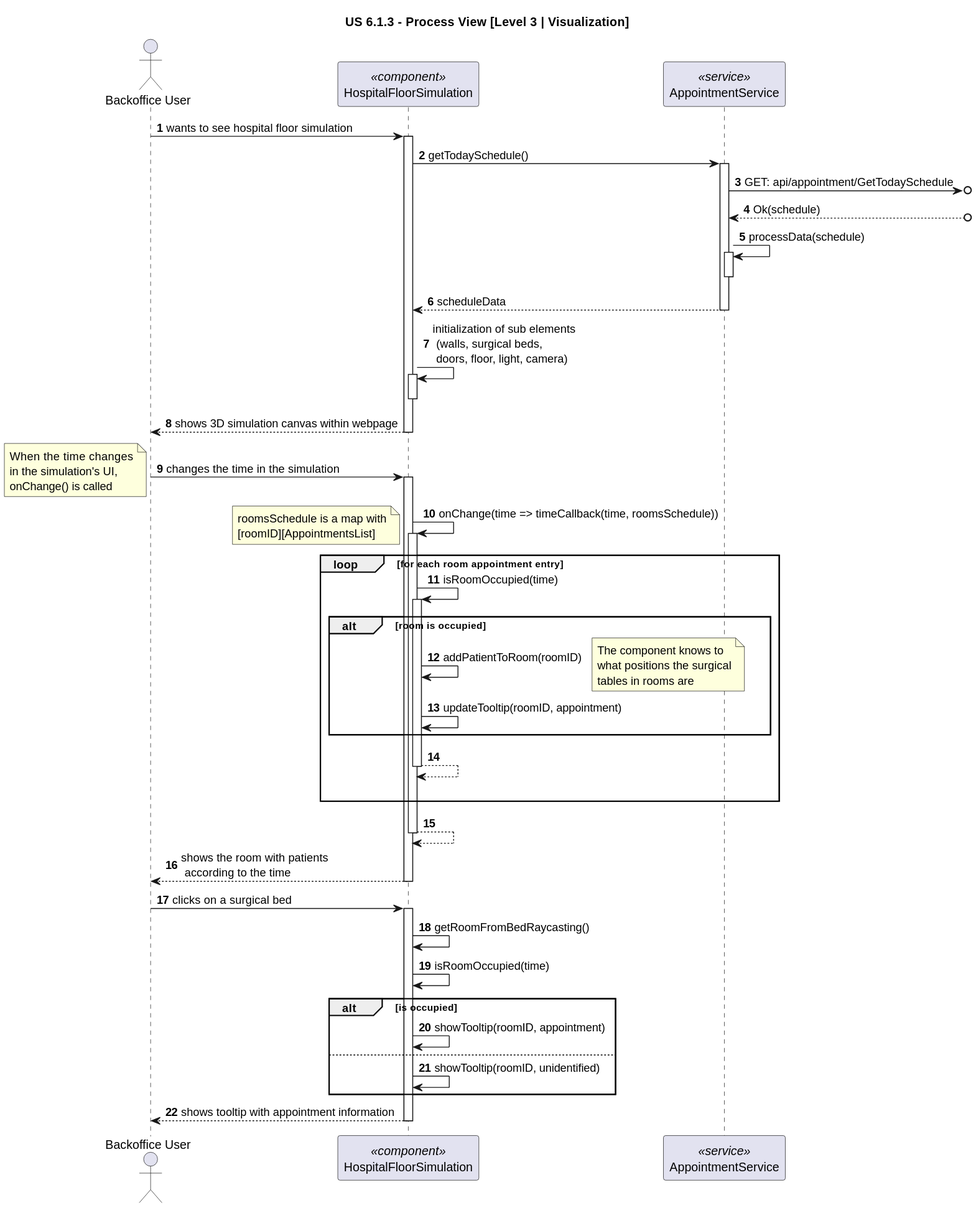
rita-barbosa/LAPR5-2425 keeps this PlantUML diagram as docs/sprint-2/1220683/us-6.1.3/Process_View/Level-3/us6.1.3-process-view-visualization-lvl3.svg. Above is the earlier version. The source it was exported from:
```plantuml
@startuml
title "US 6.1.3 - Process View [Level 3 | Visualization]"

autonumber
actor "Backoffice User" as USER
participant "HospitalFloorSimulation" as UPP <<component>>
participant "AppointmentService" as PS <<service>>

USER -> UPP : wants to see hospital floor simulation
activate UPP

UPP -> PS : getTodaySchedule()
activate PS

PS ->o] : GET: api/appointment/GetTodaySchedule

PS <--o] : Ok(schedule)

PS -> PS : processData(schedule)
activate PS
deactivate PS

PS --> UPP: scheduleData
deactivate PS

UPP -> UPP : initialization of sub elements\n (walls, surgical beds,\n doors, floor, light, camera)
activate UPP
deactivate UPP

UPP --> USER: shows 3D simulation canvas within webpage
deactivate UPP


USER -> UPP : changes the time in the simulation
note left
When  the time changes
in the simulation's UI,
onChange() is called
end note
activate UPP

UPP -> UPP : onChange(time => timeCallback(time, roomsSchedule))
activate UPP
note left
roomsSchedule is a map with
[roomID][AppointmentsList]
end note

loop for each room appointment entry
UPP -> UPP : isRoomOccupied(time)
activate UPP
alt room is occupied

UPP -> UPP : addPatientToRoom(roomID)
note right
The component knows to
what positions the surgical
tables in rooms are
end note

UPP -> UPP : updateTooltip(roomID, appointment)
end alt

UPP --> UPP
deactivate UPP
|||

end alt
UPP --> UPP :
deactivate UPP

UPP --> USER : shows the room with patients\n according to the time
deactivate UPP


USER -> UPP : clicks on a surgical bed
activate UPP

UPP -> UPP : getRoomFromBedRaycasting()

UPP -> UPP : isRoomOccupied(time)
alt is occupied

UPP -> UPP : showTooltip(roomID, appointment)
else

UPP -> UPP : showTooltip(roomID, unidentified)
end alt

UPP --> USER: shows tooltip with appointment information
deactivate UPP
@enduml
```
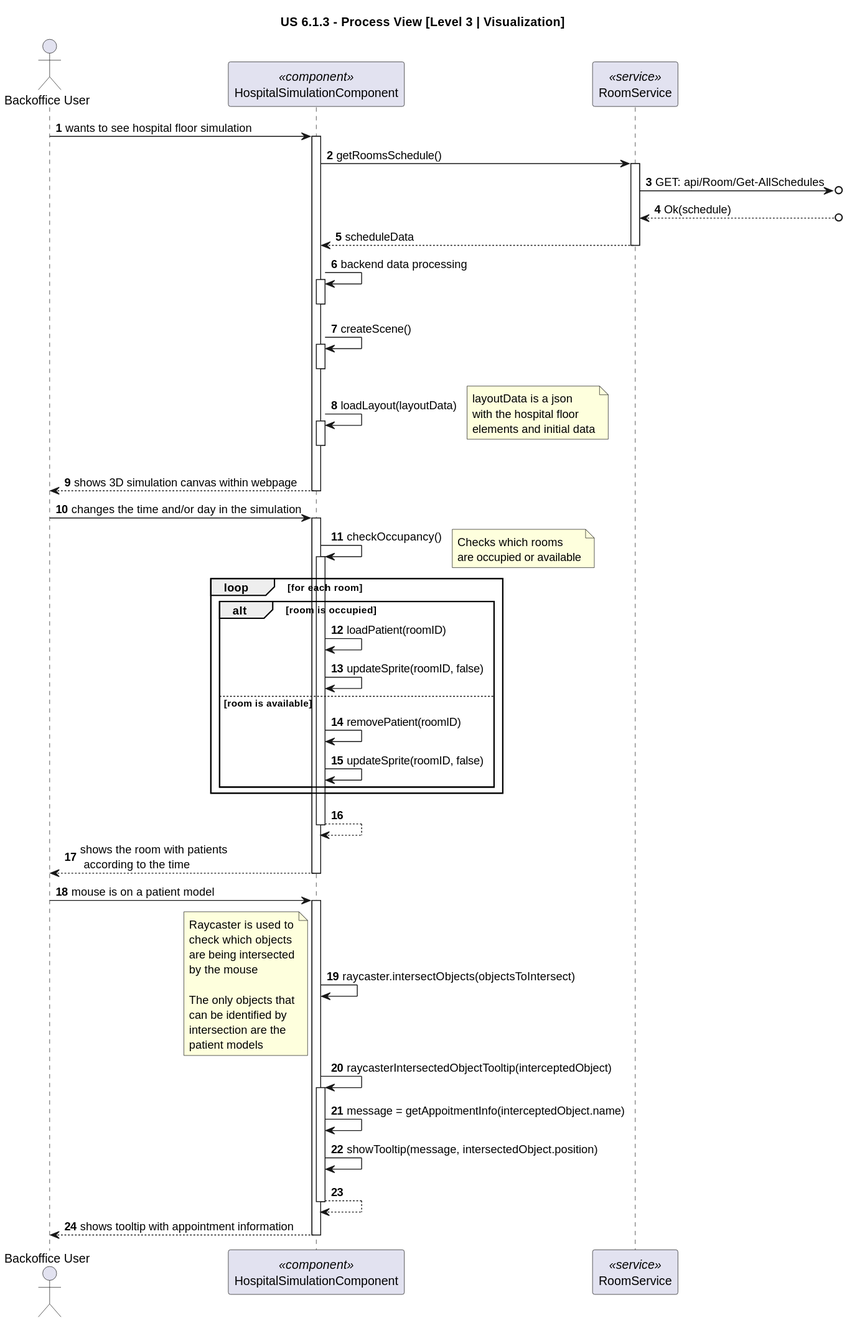
Later version of the same file.

Diff of the diagram source:
```diff
@@ -3,89 +3,100 @@
 
 autonumber
 actor "Backoffice User" as USER
-participant "HospitalFloorSimulation" as UPP <<component>>
-participant "AppointmentService" as PS <<service>>
+participant "HospitalSimulationComponent" as UPP <<component>>
+participant "RoomService" as PS <<service>>
 
 USER -> UPP : wants to see hospital floor simulation
 activate UPP
 
-UPP -> PS : getTodaySchedule()
+UPP -> PS : getRoomsSchedule()
 activate PS
 
-PS ->o] : GET: api/appointment/GetTodaySchedule
+PS ->o] : GET: api/Room/Get-AllSchedules
 
 PS <--o] : Ok(schedule)
-
-PS -> PS : processData(schedule)
-activate PS
-deactivate PS
 
 PS --> UPP: scheduleData
 deactivate PS
 
-UPP -> UPP : initialization of sub elements\n (walls, surgical beds,\n doors, floor, light, camera)
+UPP -> UPP : backend data processing
+activate UPP
+deactivate UPP
+
+UPP -> UPP : createScene()
+activate UPP
+deactivate UPP
+
+UPP -> UPP : loadLayout(layoutData)
+note right
+layoutData is a json
+with the hospital floor
+elements and initial data
+end note
 activate UPP
 deactivate UPP
 
 UPP --> USER: shows 3D simulation canvas within webpage
 deactivate UPP
 
+USER -> UPP : changes the time and/or day in the simulation
+activate UPP
 
-USER -> UPP : changes the time in the simulation
-note left
-When  the time changes
-in the simulation's UI,
-onChange() is called
+
+UPP -> UPP : checkOccupancy()
+note right
+Checks which rooms
+are occupied or available
 end note
 activate UPP
 
-UPP -> UPP : onChange(time => timeCallback(time, roomsSchedule))
-activate UPP
-note left
-roomsSchedule is a map with
-[roomID][AppointmentsList]
-end note
+loop for each room
 
-loop for each room appointment entry
-UPP -> UPP : isRoomOccupied(time)
-activate UPP
 alt room is occupied
 
-UPP -> UPP : addPatientToRoom(roomID)
-note right
-The component knows to
-what positions the surgical
-tables in rooms are
-end note
+UPP -> UPP : loadPatient(roomID)
+UPP -> UPP : updateSprite(roomID, false)
 
-UPP -> UPP : updateTooltip(roomID, appointment)
+else room is available
+
+UPP -> UPP : removePatient(roomID)
+UPP -> UPP : updateSprite(roomID, false)
 end alt
 
+end loop
+
 UPP --> UPP
-deactivate UPP
-|||
-
-end alt
-UPP --> UPP :
 deactivate UPP
 
 UPP --> USER : shows the room with patients\n according to the time
 deactivate UPP
 
 
-USER -> UPP : clicks on a surgical bed
+USER -> UPP : mouse is on a patient model
 activate UPP
 
-UPP -> UPP : getRoomFromBedRaycasting()
+UPP -> UPP : raycaster.intersectObjects(objectsToIntersect)
+note left
+Raycaster is used to
+check which objects
+are being intersected
+by the mouse
 
-UPP -> UPP : isRoomOccupied(time)
-alt is occupied
+The only objects that
+can be identified by
+intersection are the
+patient models
+end note
 
-UPP -> UPP : showTooltip(roomID, appointment)
-else
+UPP -> UPP : raycasterIntersectedObjectTooltip(interceptedObject)
+activate UPP
 
-UPP -> UPP : showTooltip(roomID, unidentified)
-end alt
+UPP -> UPP : message = getAppoitmentInfo(interceptedObject.name)
+
+UPP -> UPP : showTooltip(message, intersectedObject.position)
+
+UPP --> UPP
+deactivate UPP
 
 UPP --> USER: shows tooltip with appointment information
 deactivate UPP
```
